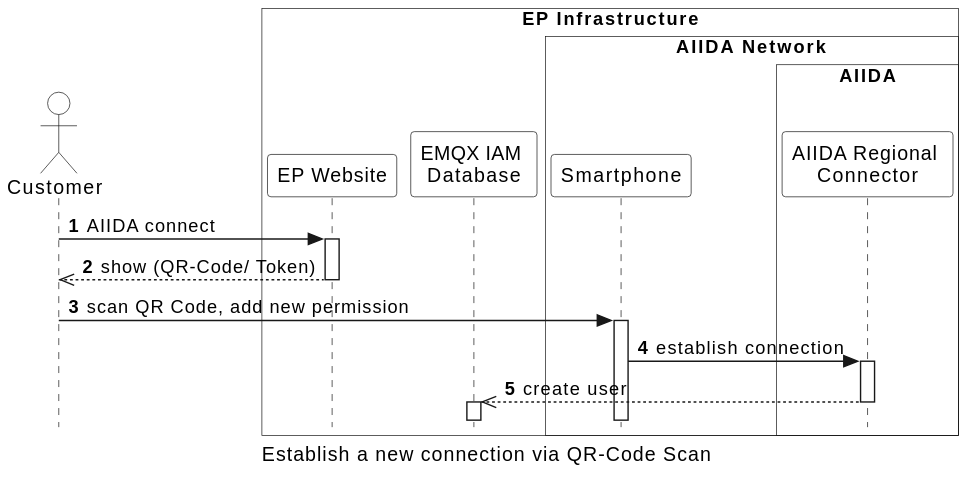
Earlier version of the PlantUML export arc42/aiida/runtime-view/figures/aiida_new_connection_qr.svg (eddie-energy/architecture).
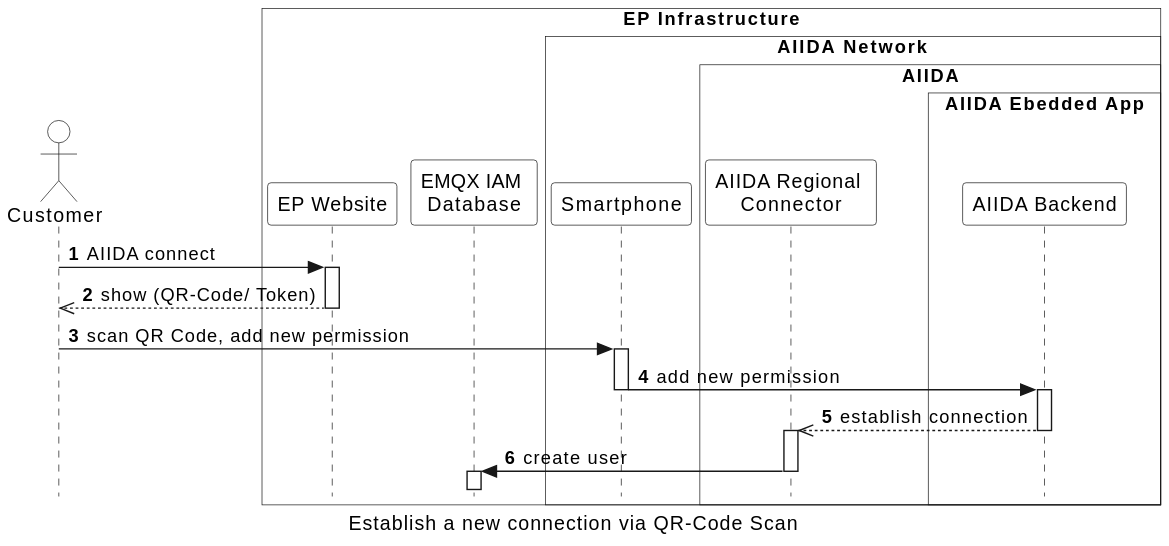
Above is the later version.

The edit, as a diff of the source:
```diff
@@ -18,6 +18,8 @@
     participant "Smartphone" as smartphone
     box "AIIDA" #transparent
     participant "AIIDA Regional \nConnector" as connector
+       box "AIIDA Ebedded App" #transparent
+      participant "AIIDA Backend" as backend
     end box
   end box
 end box
@@ -31,9 +33,13 @@
 
   user -> smartphone : scan QR Code, add new permission
   activate smartphone
-    smartphone -> connector : establish connection
+    smartphone -> backend : add new permission
+    deactivate smartphone
+    activate backend
+    backend -->> connector : establish connection
     activate connector
-    connector -->> database : create user
+    deactivate backend
+    connector -> database : create user
     deactivate connector
     activate database
     deactivate database
```
